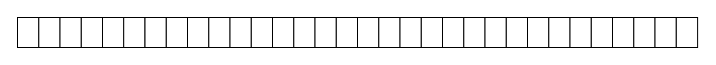
This is redis/布隆过滤器.drawio from LiHuiBin1995/study-java, a draw.io file, before an edit. Source tidied: cells renumbered, new cells numbered last; positions are measured from the earlier drawing's top-left corner, leaving out a move shared by most shapes. Both pictures are drawn from the tidied source at 100%, with x=0, y=0 at pixel (17, 17).
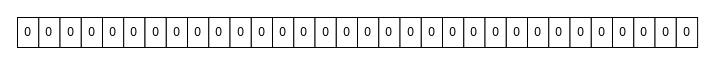
After the change.

Commit message (it also covers changes not shown here):
更新布隆过滤器.drawio

Unchanged cells that the change refers to:
```xml
<mxCell id="2" style="group;" parent="1" vertex="1">
  <mxGeometry width="680" height="30" as="geometry" />
</mxCell>
```

What changed in the source:
```diff
@@
-    <mxCell id="3" style="rounded=0;whiteSpace=wrap;html=1;" parent="2" vertex="1">
+    <mxCell id="3" value="0" style="rounded=0;whiteSpace=wrap;html=1;" parent="2" vertex="1">
       <mxGeometry width="21.3" height="30" as="geometry" />
     </mxCell>
-    <mxCell id="4" style="rounded=0;whiteSpace=wrap;html=1;" parent="2" vertex="1">
+    <mxCell id="4" value="0" style="rounded=0;whiteSpace=wrap;html=1;" parent="2" vertex="1">
       <mxGeometry x="21.3" width="21.3" height="30" as="geometry" />
     </mxCell>
-    <mxCell id="5" style="rounded=0;whiteSpace=wrap;html=1;" parent="2" vertex="1">
+    <mxCell id="5" value="0" style="rounded=0;whiteSpace=wrap;html=1;" parent="2" vertex="1">
       <mxGeometry x="42.5" width="21.3" height="30" as="geometry" />
     </mxCell>
-    <mxCell id="6" style="rounded=0;whiteSpace=wrap;html=1;" parent="2" vertex="1">
+    <mxCell id="6" value="0" style="rounded=0;whiteSpace=wrap;html=1;" parent="2" vertex="1">
       <mxGeometry x="63.8" width="21.3" height="30" as="geometry" />
     </mxCell>
-    <mxCell id="7" style="rounded=0;whiteSpace=wrap;html=1;" parent="2" vertex="1">
+    <mxCell id="7" value="0" style="rounded=0;whiteSpace=wrap;html=1;" parent="2" vertex="1">
       <mxGeometry x="85" width="21.3" height="30" as="geometry" />
     </mxCell>
-    <mxCell id="8" style="rounded=0;whiteSpace=wrap;html=1;" parent="2" vertex="1">
+    <mxCell id="8" value="0" style="rounded=0;whiteSpace=wrap;html=1;" parent="2" vertex="1">
       <mxGeometry x="106.2" width="21.3" height="30" as="geometry" />
     </mxCell>
-    <mxCell id="9" style="rounded=0;whiteSpace=wrap;html=1;" parent="2" vertex="1">
+    <mxCell id="9" value="0" style="rounded=0;whiteSpace=wrap;html=1;" parent="2" vertex="1">
       <mxGeometry x="127.5" width="21.3" height="30" as="geometry" />
     </mxCell>
-    <mxCell id="10" style="rounded=0;whiteSpace=wrap;html=1;" parent="2" vertex="1">
+    <mxCell id="10" value="0" style="rounded=0;whiteSpace=wrap;html=1;" parent="2" vertex="1">
       <mxGeometry x="148.8" width="21.3" height="30" as="geometry" />
     </mxCell>
-    <mxCell id="11" style="rounded=0;whiteSpace=wrap;html=1;" parent="2" vertex="1">
+    <mxCell id="11" value="0" style="rounded=0;whiteSpace=wrap;html=1;" parent="2" vertex="1">
       <mxGeometry x="170" width="21.3" height="30" as="geometry" />
     </mxCell>
-    <mxCell id="12" style="rounded=0;whiteSpace=wrap;html=1;" parent="2" vertex="1">
+    <mxCell id="12" value="0" style="rounded=0;whiteSpace=wrap;html=1;" parent="2" vertex="1">
       <mxGeometry x="191.3" width="21.3" height="30" as="geometry" />
     </mxCell>
-    <mxCell id="13" style="rounded=0;whiteSpace=wrap;html=1;" parent="2" vertex="1">
+    <mxCell id="13" value="0" style="rounded=0;whiteSpace=wrap;html=1;" parent="2" vertex="1">
       <mxGeometry x="212.5" width="21.3" height="30" as="geometry" />
     </mxCell>
-    <mxCell id="14" style="rounded=0;whiteSpace=wrap;html=1;" parent="2" vertex="1">
+    <mxCell id="14" value="0" style="rounded=0;whiteSpace=wrap;html=1;" parent="2" vertex="1">
       <mxGeometry x="233.8" width="21.3" height="30" as="geometry" />
     </mxCell>
-    <mxCell id="15" style="rounded=0;whiteSpace=wrap;html=1;" parent="2" vertex="1">
+    <mxCell id="15" value="0" style="rounded=0;whiteSpace=wrap;html=1;" parent="2" vertex="1">
       <mxGeometry x="255" width="21.3" height="30" as="geometry" />
     </mxCell>
-    <mxCell id="16" style="rounded=0;whiteSpace=wrap;html=1;" parent="2" vertex="1">
+    <mxCell id="16" value="0" style="rounded=0;whiteSpace=wrap;html=1;" parent="2" vertex="1">
       <mxGeometry x="276.3" width="21.3" height="30" as="geometry" />
     </mxCell>
-    <mxCell id="17" style="rounded=0;whiteSpace=wrap;html=1;" parent="2" vertex="1">
+    <mxCell id="17" value="0" style="rounded=0;whiteSpace=wrap;html=1;" parent="2" vertex="1">
       <mxGeometry x="297.5" width="21.3" height="30" as="geometry" />
     </mxCell>
-    <mxCell id="18" style="rounded=0;whiteSpace=wrap;html=1;" parent="2" vertex="1">
+    <mxCell id="18" value="0" style="rounded=0;whiteSpace=wrap;html=1;" parent="2" vertex="1">
       <mxGeometry x="318.8" width="21.3" height="30" as="geometry" />
     </mxCell>
-    <mxCell id="19" style="rounded=0;whiteSpace=wrap;html=1;" parent="2" vertex="1">
+    <mxCell id="19" value="0" style="rounded=0;whiteSpace=wrap;html=1;" parent="2" vertex="1">
       <mxGeometry x="340" width="21.3" height="30" as="geometry" />
     </mxCell>
-    <mxCell id="20" style="rounded=0;whiteSpace=wrap;html=1;" parent="2" vertex="1">
+    <mxCell id="20" value="0" style="rounded=0;whiteSpace=wrap;html=1;" parent="2" vertex="1">
       <mxGeometry x="361.3" width="21.3" height="30" as="geometry" />
     </mxCell>
-    <mxCell id="21" style="rounded=0;whiteSpace=wrap;html=1;" parent="2" vertex="1">
+    <mxCell id="21" value="0" style="rounded=0;whiteSpace=wrap;html=1;" parent="2" vertex="1">
       <mxGeometry x="382.5" width="21.3" height="30" as="geometry" />
     </mxCell>
-    <mxCell id="22" style="rounded=0;whiteSpace=wrap;html=1;" parent="2" vertex="1">
+    <mxCell id="22" value="0" style="rounded=0;whiteSpace=wrap;html=1;" parent="2" vertex="1">
       <mxGeometry x="403.8" width="21.3" height="30" as="geometry" />
     </mxCell>
-    <mxCell id="23" style="rounded=0;whiteSpace=wrap;html=1;" parent="2" vertex="1">
+    <mxCell id="23" value="0" style="rounded=0;whiteSpace=wrap;html=1;" parent="2" vertex="1">
       <mxGeometry x="425" width="21.3" height="30" as="geometry" />
     </mxCell>
-    <mxCell id="24" style="rounded=0;whiteSpace=wrap;html=1;" parent="2" vertex="1">
+    <mxCell id="24" value="0" style="rounded=0;whiteSpace=wrap;html=1;" parent="2" vertex="1">
       <mxGeometry x="446.3" width="21.3" height="30" as="geometry" />
     </mxCell>
-    <mxCell id="25" style="rounded=0;whiteSpace=wrap;html=1;" parent="2" vertex="1">
+    <mxCell id="25" value="0" style="rounded=0;whiteSpace=wrap;html=1;" parent="2" vertex="1">
       <mxGeometry x="467.5" width="21.3" height="30" as="geometry" />
     </mxCell>
-    <mxCell id="26" style="rounded=0;whiteSpace=wrap;html=1;" parent="2" vertex="1">
+    <mxCell id="26" value="0" style="rounded=0;whiteSpace=wrap;html=1;" parent="2" vertex="1">
       <mxGeometry x="488.8" width="21.3" height="30" as="geometry" />
     </mxCell>
-    <mxCell id="27" style="rounded=0;whiteSpace=wrap;html=1;" parent="2" vertex="1">
+    <mxCell id="27" value="0" style="rounded=0;whiteSpace=wrap;html=1;" parent="2" vertex="1">
       <mxGeometry x="510" width="21.3" height="30" as="geometry" />
     </mxCell>
-    <mxCell id="28" style="rounded=0;whiteSpace=wrap;html=1;" parent="2" vertex="1">
+    <mxCell id="28" value="0" style="rounded=0;whiteSpace=wrap;html=1;" parent="2" vertex="1">
       <mxGeometry x="531.3" width="21.3" height="30" as="geometry" />
     </mxCell>
-    <mxCell id="29" style="rounded=0;whiteSpace=wrap;html=1;" parent="2" vertex="1">
+    <mxCell id="29" value="0" style="rounded=0;whiteSpace=wrap;html=1;" parent="2" vertex="1">
       <mxGeometry x="552.5" width="21.3" height="30" as="geometry" />
     </mxCell>
-    <mxCell id="30" style="rounded=0;whiteSpace=wrap;html=1;" parent="2" vertex="1">
+    <mxCell id="30" value="0" style="rounded=0;whiteSpace=wrap;html=1;" parent="2" vertex="1">
       <mxGeometry x="573.8" width="21.3" height="30" as="geometry" />
     </mxCell>
-    <mxCell id="31" style="rounded=0;whiteSpace=wrap;html=1;" parent="2" vertex="1">
+    <mxCell id="31" value="0" style="rounded=0;whiteSpace=wrap;html=1;" parent="2" vertex="1">
       <mxGeometry x="595" width="21.3" height="30" as="geometry" />
     </mxCell>
-    <mxCell id="32" style="rounded=0;whiteSpace=wrap;html=1;" parent="2" vertex="1">
+    <mxCell id="32" value="0" style="rounded=0;whiteSpace=wrap;html=1;" parent="2" vertex="1">
       <mxGeometry x="616.3" width="21.3" height="30" as="geometry" />
     </mxCell>
-    <mxCell id="33" style="rounded=0;whiteSpace=wrap;html=1;" parent="2" vertex="1">
+    <mxCell id="33" value="0" style="rounded=0;whiteSpace=wrap;html=1;" parent="2" vertex="1">
       <mxGeometry x="637.5" width="21.3" height="30" as="geometry" />
     </mxCell>
-    <mxCell id="34" style="rounded=0;whiteSpace=wrap;html=1;" parent="2" vertex="1">
+    <mxCell id="34" value="0" style="rounded=0;whiteSpace=wrap;html=1;" parent="2" vertex="1">
       <mxGeometry x="658.8" width="21.3" height="30" as="geometry" />
     </mxCell>
```
